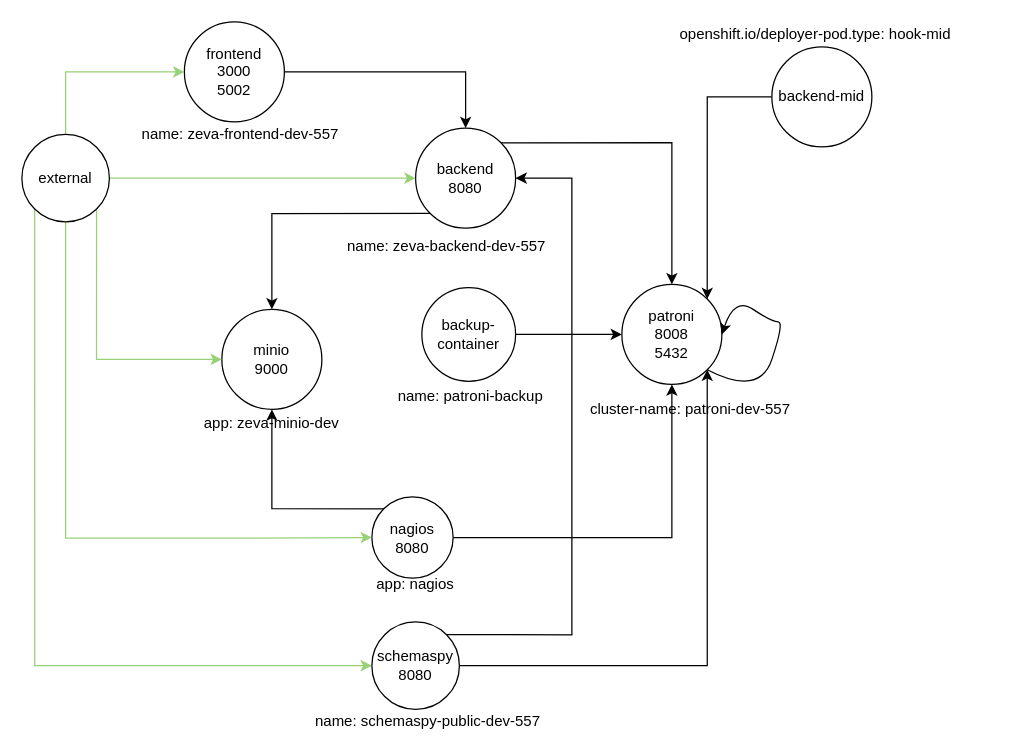
Before: openshift/templates/knp/knp-diagram.drawio in bcgov/zeva, a draw.io diagram. Source tidied: cells renumbered, new cells numbered last; positions are measured from the earlier drawing's top-left corner, leaving out a move shared by most shapes. Both pictures are drawn from the tidied source at 125%, with x=0, y=0 at pixel (21, 21).
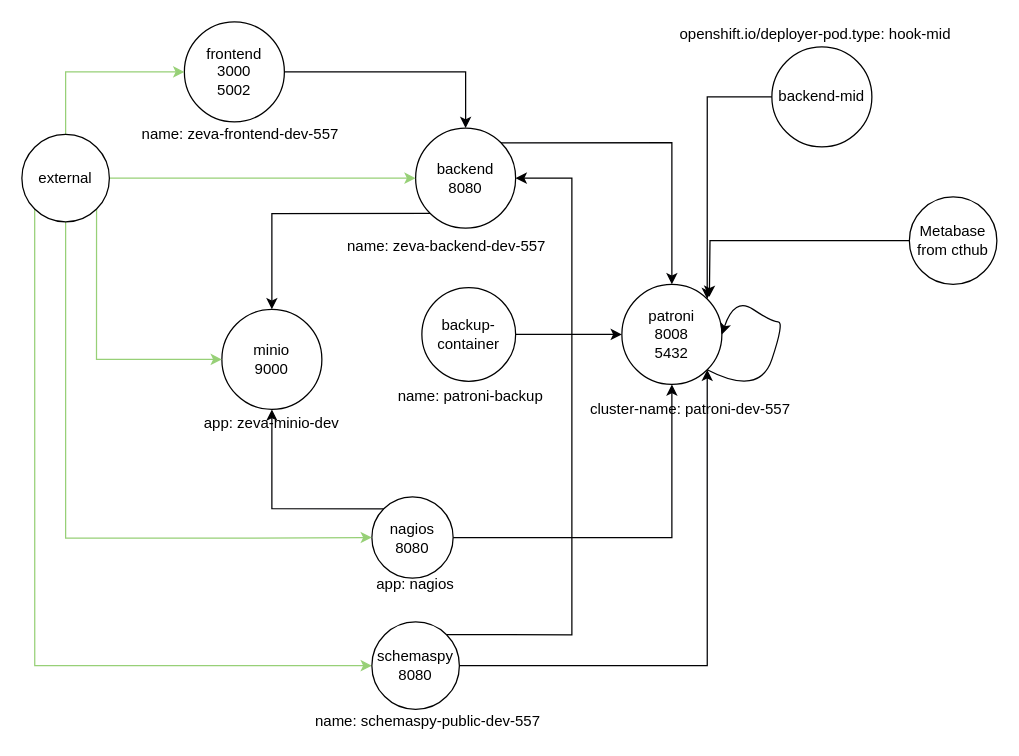
After the change.

What changed in the source:
```diff
@@
+    <mxCell id="34" style="edgeStyle=orthogonalEdgeStyle;rounded=0;jettySize=auto;html=1;exitX=0;exitY=0.5;exitDx=0;exitDy=0;" parent="1" edge="1" source="35">
+      <mxGeometry relative="1" as="geometry">
+        <mxPoint x="550" y="220" as="targetPoint" />
+      </mxGeometry>
+    </mxCell>
+    <mxCell id="35" value="Metabase from cthub" style="ellipse;whiteSpace=wrap;html=1;" parent="1" vertex="1">
+      <mxGeometry x="710" y="140" width="70" height="70" as="geometry" />
+    </mxCell>
```
